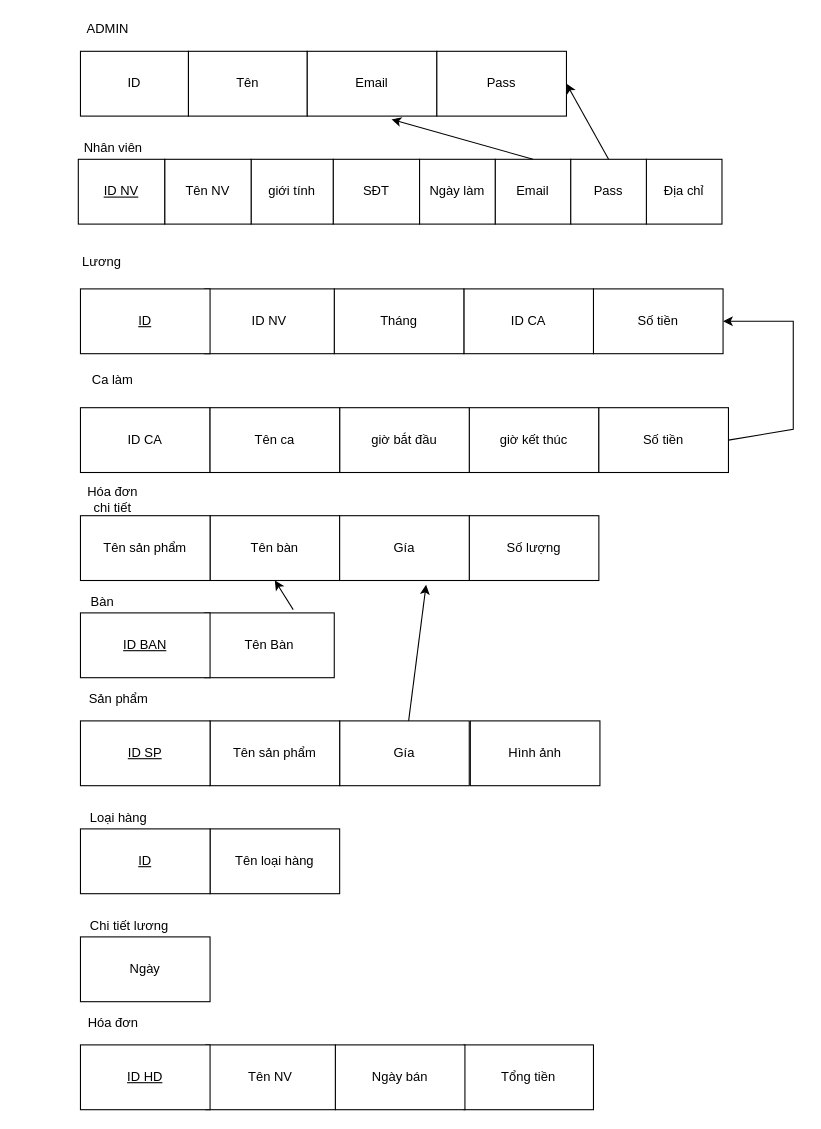
Before: biendoi.drawio in DungCR7/Database, a draw.io diagram. Source tidied: cells renumbered, new cells numbered last; positions are measured from the earlier drawing's top-left corner, leaving out a move shared by most shapes. Both pictures are drawn from the tidied source at 108%, with x=0, y=0 at pixel (69, 18).
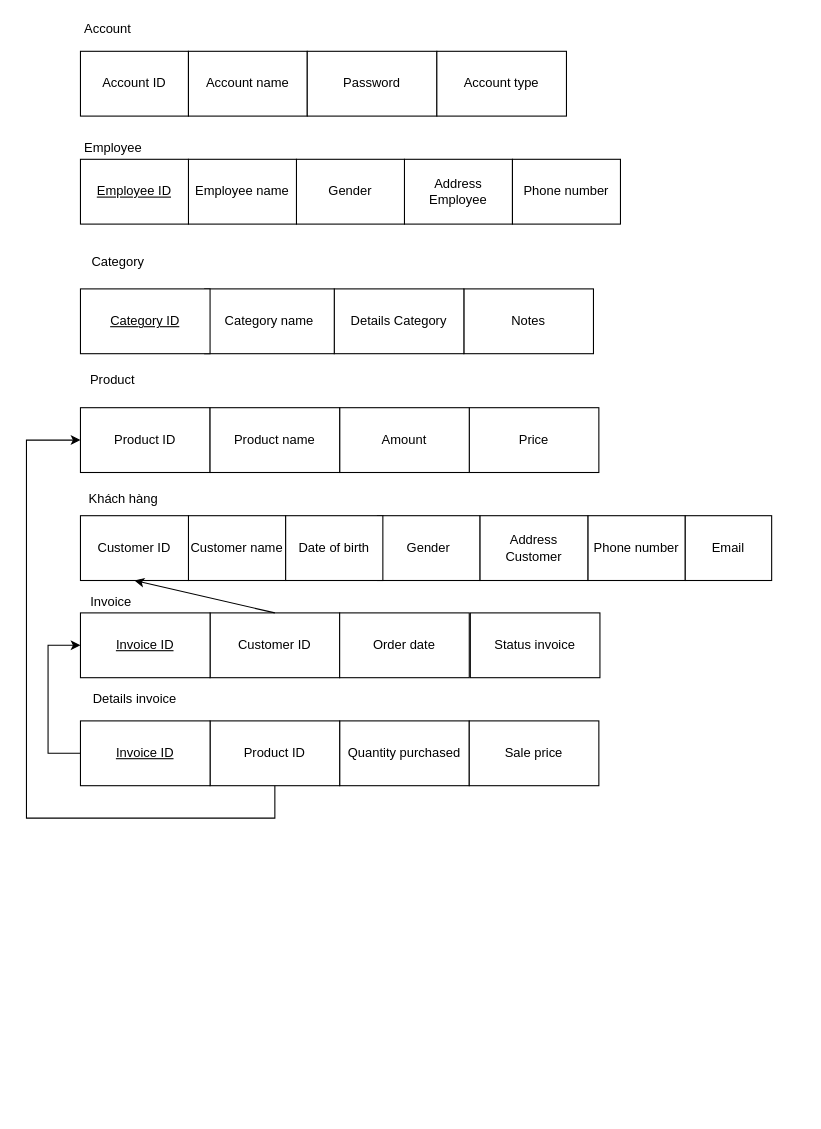
The same diagram, later.

The edit, as a diff of the source:
```diff
@@
-    <mxCell id="2" value="ADMIN" style="text;html=1;align=center;verticalAlign=middle;strokeColor=none;fillColor=none;" parent="1" vertex="1">
-      <mxGeometry x="10" width="50" height="20" as="geometry" />
+    <mxCell id="2" value="Account" style="text;html=1;align=center;verticalAlign=middle;strokeColor=none;fillColor=none;" parent="1" vertex="1">
+      <mxGeometry x="5" width="60" height="20" as="geometry" />
     </mxCell>
-    <mxCell id="3" value="ID" style="rounded=0;whiteSpace=wrap;html=1;" parent="1" vertex="1">
+    <mxCell id="3" value="Account ID" style="rounded=0;whiteSpace=wrap;html=1;" parent="1" vertex="1">
       <mxGeometry x="10" y="30" width="100" height="60" as="geometry" />
     </mxCell>
@@
-    <mxCell id="6" value="Tên" style="rounded=0;whiteSpace=wrap;html=1;" parent="1" vertex="1">
+    <mxCell id="6" value="Account name" style="rounded=0;whiteSpace=wrap;html=1;" parent="1" vertex="1">
       <mxGeometry x="110" y="30" width="110" height="60" as="geometry" />
     </mxCell>
-    <mxCell id="7" value="Email" style="rounded=0;whiteSpace=wrap;html=1;" parent="1" vertex="1">
+    <mxCell id="7" value="Password" style="rounded=0;whiteSpace=wrap;html=1;" parent="1" vertex="1">
       <mxGeometry x="220" y="30" width="120" height="60" as="geometry" />
     </mxCell>
-    <mxCell id="8" value="Pass" style="rounded=0;whiteSpace=wrap;html=1;" parent="1" vertex="1">
+    <mxCell id="8" value="Account type" style="rounded=0;whiteSpace=wrap;html=1;" parent="1" vertex="1">
       <mxGeometry x="340" y="30" width="120" height="60" as="geometry" />
     </mxCell>
-    <mxCell id="9" value="Lương" style="text;html=1;strokeColor=none;fillColor=none;align=center;verticalAlign=middle;whiteSpace=wrap;rounded=0;" parent="1" vertex="1">
-      <mxGeometry y="210" width="60" height="30" as="geometry" />
+    <mxCell id="9" value="Category" style="text;html=1;strokeColor=none;fillColor=none;align=center;verticalAlign=middle;whiteSpace=wrap;rounded=0;" parent="1" vertex="1">
+      <mxGeometry x="15" y="210" width="60" height="30" as="geometry" />
     </mxCell>
-    <mxCell id="10" value="Số tiền" style="rounded=0;whiteSpace=wrap;html=1;" parent="1" vertex="1">
-      <mxGeometry x="485" y="250" width="120" height="60" as="geometry" />
-    </mxCell>
-    <mxCell id="11" value="ID CA" style="rounded=0;whiteSpace=wrap;html=1;" parent="1" vertex="1">
+    <mxCell id="11" value="Notes" style="rounded=0;whiteSpace=wrap;html=1;" parent="1" vertex="1">
       <mxGeometry x="365" y="250" width="120" height="60" as="geometry" />
     </mxCell>
-    <mxCell id="12" value="Tháng" style="rounded=0;whiteSpace=wrap;html=1;" parent="1" vertex="1">
+    <mxCell id="12" value="Details Category" style="rounded=0;whiteSpace=wrap;html=1;" parent="1" vertex="1">
       <mxGeometry x="245" y="250" width="120" height="60" as="geometry" />
     </mxCell>
-    <mxCell id="13" value="ID NV" style="rounded=0;whiteSpace=wrap;html=1;" parent="1" vertex="1">
+    <mxCell id="13" value="Category name" style="rounded=0;whiteSpace=wrap;html=1;" parent="1" vertex="1">
       <mxGeometry x="125" y="250" width="120" height="60" as="geometry" />
     </mxCell>
-    <mxCell id="14" value="&lt;u&gt;ID&lt;/u&gt;" style="rounded=0;whiteSpace=wrap;html=1;" parent="1" vertex="1">
+    <mxCell id="14" value="&lt;u&gt;Category ID&lt;/u&gt;" style="rounded=0;whiteSpace=wrap;html=1;" parent="1" vertex="1">
       <mxGeometry x="10" y="250" width="120" height="60" as="geometry" />
     </mxCell>
-    <mxCell id="15" value="Nhân viên" style="text;html=1;align=center;verticalAlign=middle;strokeColor=none;fillColor=none;" parent="1" vertex="1">
+    <mxCell id="15" value="Employee" style="text;html=1;align=center;verticalAlign=middle;strokeColor=none;fillColor=none;" parent="1" vertex="1">
       <mxGeometry x="5" y="110" width="70" height="20" as="geometry" />
     </mxCell>
-    <mxCell id="16" value="SĐT" style="rounded=0;whiteSpace=wrap;html=1;" parent="1" vertex="1">
-      <mxGeometry x="244" y="130" width="80" height="60" as="geometry" />
+    <mxCell id="16" value="Address Employee" style="rounded=0;whiteSpace=wrap;html=1;" parent="1" vertex="1">
+      <mxGeometry x="310" y="130" width="100" height="60" as="geometry" />
     </mxCell>
-    <mxCell id="17" value="giới tính" style="rounded=0;whiteSpace=wrap;html=1;" parent="1" vertex="1">
-      <mxGeometry x="168" y="130" width="76" height="60" as="geometry" />
+    <mxCell id="17" value="Gender" style="rounded=0;whiteSpace=wrap;html=1;" parent="1" vertex="1">
+      <mxGeometry x="210" y="130" width="100" height="60" as="geometry" />
     </mxCell>
-    <mxCell id="18" value="Địa chỉ" style="rounded=0;whiteSpace=wrap;html=1;" parent="1" vertex="1">
-      <mxGeometry x="534" y="130" width="70" height="60" as="geometry" />
-    </mxCell>
-    <mxCell id="19" value="Email" style="rounded=0;whiteSpace=wrap;html=1;" parent="1" vertex="1">
-      <mxGeometry x="394" y="130" width="70" height="60" as="geometry" />
-    </mxCell>
-    <mxCell id="20" value="Pass" style="rounded=0;whiteSpace=wrap;html=1;" parent="1" vertex="1">
-      <mxGeometry x="464" y="130" width="70" height="60" as="geometry" />
-    </mxCell>
-    <mxCell id="21" value="Ngày làm" style="rounded=0;whiteSpace=wrap;html=1;" parent="1" vertex="1">
-      <mxGeometry x="324" y="130" width="70" height="60" as="geometry" />
+    <mxCell id="21" value="Phone number" style="rounded=0;whiteSpace=wrap;html=1;" parent="1" vertex="1">
+      <mxGeometry x="410" y="130" width="100" height="60" as="geometry" />
     </mxCell>
-    <mxCell id="22" value="Tên NV" style="rounded=0;whiteSpace=wrap;html=1;" parent="1" vertex="1">
-      <mxGeometry x="88" y="130" width="80" height="60" as="geometry" />
+    <mxCell id="22" value="Employee name" style="rounded=0;whiteSpace=wrap;html=1;" parent="1" vertex="1">
+      <mxGeometry x="110" y="130" width="100" height="60" as="geometry" />
     </mxCell>
-    <mxCell id="23" value="&lt;u&gt;ID NV&lt;/u&gt;" style="rounded=0;whiteSpace=wrap;html=1;" parent="1" vertex="1">
-      <mxGeometry x="8" y="130" width="80" height="60" as="geometry" />
+    <mxCell id="23" value="&lt;u&gt;Employee ID&lt;/u&gt;" style="rounded=0;whiteSpace=wrap;html=1;" parent="1" vertex="1">
+      <mxGeometry x="10" y="130" width="100" height="60" as="geometry" />
     </mxCell>
@@
-    <mxCell id="25" value="Hóa đơn" style="text;html=1;align=center;verticalAlign=middle;strokeColor=none;fillColor=none;" parent="1" vertex="1">
-      <mxGeometry x="10" y="920" width="60" height="20" as="geometry" />
-    </mxCell>
-    <mxCell id="26" value="Tổng tiền" style="rounded=0;whiteSpace=wrap;html=1;" parent="1" vertex="1">
-      <mxGeometry x="365" y="950" width="120" height="60" as="geometry" />
-    </mxCell>
-    <mxCell id="27" value="Ngày bán" style="rounded=0;whiteSpace=wrap;html=1;" parent="1" vertex="1">
-      <mxGeometry x="246" y="950" width="120" height="60" as="geometry" />
-    </mxCell>
-    <mxCell id="28" value="Tên NV" style="rounded=0;whiteSpace=wrap;html=1;" parent="1" vertex="1">
-      <mxGeometry x="126" y="950" width="120" height="60" as="geometry" />
-    </mxCell>
-    <mxCell id="29" value="&lt;u&gt;ID HD&lt;/u&gt;" style="rounded=0;whiteSpace=wrap;html=1;" parent="1" vertex="1">
-      <mxGeometry x="10" y="950" width="120" height="60" as="geometry" />
-    </mxCell>
-    <mxCell id="30" value="Hóa đơn chi tiết" style="text;html=1;strokeColor=none;fillColor=none;align=center;verticalAlign=middle;whiteSpace=wrap;rounded=0;" parent="1" vertex="1">
-      <mxGeometry x="10" y="430" width="60" height="30" as="geometry" />
+    <mxCell id="30" value="Khách hàng" style="text;html=1;strokeColor=none;fillColor=none;align=center;verticalAlign=middle;whiteSpace=wrap;rounded=0;" parent="1" vertex="1">
+      <mxGeometry x="10" y="430" width="80" height="30" as="geometry" />
     </mxCell>
-    <mxCell id="31" value="Tên bàn" style="rounded=0;whiteSpace=wrap;html=1;" parent="1" vertex="1">
-      <mxGeometry x="130" y="460" width="120" height="60" as="geometry" />
+    <mxCell id="31" value="Customer name" style="rounded=0;whiteSpace=wrap;html=1;" parent="1" vertex="1">
+      <mxGeometry x="110" y="460" width="90" height="60" as="geometry" />
     </mxCell>
-    <mxCell id="32" value="Số lượng" style="rounded=0;whiteSpace=wrap;html=1;" parent="1" vertex="1">
-      <mxGeometry x="370" y="460" width="120" height="60" as="geometry" />
+    <mxCell id="32" value="Gender" style="rounded=0;whiteSpace=wrap;html=1;" parent="1" vertex="1">
+      <mxGeometry x="285" y="460" width="95" height="60" as="geometry" />
     </mxCell>
-    <mxCell id="33" value="Gía" style="rounded=0;whiteSpace=wrap;html=1;" parent="1" vertex="1">
-      <mxGeometry x="250" y="460" width="120" height="60" as="geometry" />
+    <mxCell id="33" value="Date of birth" style="rounded=0;whiteSpace=wrap;html=1;" parent="1" vertex="1">
+      <mxGeometry x="200" y="460" width="90" height="60" as="geometry" />
     </mxCell>
-    <mxCell id="34" value="Tên sản phẩm" style="rounded=0;whiteSpace=wrap;html=1;" parent="1" vertex="1">
-      <mxGeometry x="10" y="460" width="120" height="60" as="geometry" />
+    <mxCell id="34" value="Customer ID" style="rounded=0;whiteSpace=wrap;html=1;" parent="1" vertex="1">
+      <mxGeometry x="10" y="460" width="100" height="60" as="geometry" />
     </mxCell>
-    <mxCell id="35" value="Bàn" style="text;html=1;align=center;verticalAlign=middle;strokeColor=none;fillColor=none;" parent="1" vertex="1">
-      <mxGeometry x="10" y="530" width="40" height="20" as="geometry" />
+    <mxCell id="35" value="Invoice" style="text;html=1;align=center;verticalAlign=middle;strokeColor=none;fillColor=none;" parent="1" vertex="1">
+      <mxGeometry x="13" y="530" width="50" height="20" as="geometry" />
     </mxCell>
-    <mxCell id="36" value="Tên Bàn" style="rounded=0;whiteSpace=wrap;html=1;" parent="1" vertex="1">
-      <mxGeometry x="125" y="550" width="120" height="60" as="geometry" />
+    <mxCell id="36" value="Customer ID" style="rounded=0;whiteSpace=wrap;html=1;" parent="1" vertex="1">
+      <mxGeometry x="130" y="550" width="120" height="60" as="geometry" />
     </mxCell>
-    <mxCell id="37" value="&lt;u&gt;ID BAN&lt;/u&gt;" style="rounded=0;whiteSpace=wrap;html=1;" parent="1" vertex="1">
+    <mxCell id="37" value="&lt;u&gt;Invoice ID&lt;/u&gt;" style="rounded=0;whiteSpace=wrap;html=1;" parent="1" vertex="1">
       <mxGeometry x="10" y="550" width="120" height="60" as="geometry" />
     </mxCell>
-    <mxCell id="38" value="Sản phẩm" style="text;html=1;align=center;verticalAlign=middle;strokeColor=none;fillColor=none;" parent="1" vertex="1">
-      <mxGeometry x="10" y="620" width="70" height="20" as="geometry" />
+    <mxCell id="38" value="Details invoice" style="text;html=1;align=center;verticalAlign=middle;strokeColor=none;fillColor=none;" parent="1" vertex="1">
+      <mxGeometry x="15" y="620" width="90" height="20" as="geometry" />
     </mxCell>
-    <mxCell id="39" value="Hình ảnh" style="rounded=0;whiteSpace=wrap;html=1;" parent="1" vertex="1">
-      <mxGeometry x="371" y="650" width="120" height="60" as="geometry" />
+    <mxCell id="39" value="Quantity purchased" style="rounded=0;whiteSpace=wrap;html=1;" parent="1" vertex="1">
+      <mxGeometry x="250" y="650" width="120" height="60" as="geometry" />
     </mxCell>
-    <mxCell id="40" value="Gía" style="rounded=0;whiteSpace=wrap;html=1;" parent="1" vertex="1">
-      <mxGeometry x="250" y="650" width="120" height="60" as="geometry" />
+    <mxCell id="40" value="Sale price" style="rounded=0;whiteSpace=wrap;html=1;" parent="1" vertex="1">
+      <mxGeometry x="370" y="650" width="120" height="60" as="geometry" />
     </mxCell>
-    <mxCell id="41" value="Tên sản phẩm" style="rounded=0;whiteSpace=wrap;html=1;" parent="1" vertex="1">
+    <mxCell id="41" value="Product ID" style="rounded=0;whiteSpace=wrap;html=1;" parent="1" vertex="1">
       <mxGeometry x="130" y="650" width="120" height="60" as="geometry" />
     </mxCell>
-    <mxCell id="42" value="&lt;u&gt;ID SP&lt;/u&gt;" style="rounded=0;whiteSpace=wrap;html=1;" parent="1" vertex="1">
+    <mxCell id="42" value="&lt;u&gt;Invoice ID&lt;/u&gt;" style="rounded=0;whiteSpace=wrap;html=1;" parent="1" vertex="1">
       <mxGeometry x="10" y="650" width="120" height="60" as="geometry" />
     </mxCell>
-    <mxCell id="43" value="Loại hàng" style="text;html=1;align=center;verticalAlign=middle;strokeColor=none;fillColor=none;" parent="1" vertex="1">
-      <mxGeometry x="10" y="730" width="70" height="20" as="geometry" />
-    </mxCell>
-    <mxCell id="44" value="Tên loại hàng" style="rounded=0;whiteSpace=wrap;html=1;" parent="1" vertex="1">
-      <mxGeometry x="130" y="750" width="120" height="60" as="geometry" />
-    </mxCell>
-    <mxCell id="45" value="&lt;u&gt;ID&lt;/u&gt;" style="rounded=0;whiteSpace=wrap;html=1;" parent="1" vertex="1">
-      <mxGeometry x="10" y="750" width="120" height="60" as="geometry" />
-    </mxCell>
-    <mxCell id="46" value="Chi tiết lương" style="text;html=1;align=center;verticalAlign=middle;strokeColor=none;fillColor=none;" parent="1" vertex="1">
-      <mxGeometry x="10" y="830" width="90" height="20" as="geometry" />
-    </mxCell>
-    <mxCell id="47" value="Ngày" style="rounded=0;whiteSpace=wrap;html=1;" parent="1" vertex="1">
-      <mxGeometry x="10" y="850" width="120" height="60" as="geometry" />
-    </mxCell>
-    <mxCell id="48" value="ID CA" style="rounded=0;whiteSpace=wrap;html=1;" parent="1" vertex="1">
+    <mxCell id="48" value="Product ID" style="rounded=0;whiteSpace=wrap;html=1;" parent="1" vertex="1">
       <mxGeometry x="10" y="360" width="120" height="60" as="geometry" />
     </mxCell>
-    <mxCell id="49" value="Ca làm" style="text;html=1;strokeColor=none;fillColor=none;align=center;verticalAlign=middle;whiteSpace=wrap;rounded=0;" parent="1" vertex="1">
+    <mxCell id="49" value="Product" style="text;html=1;strokeColor=none;fillColor=none;align=center;verticalAlign=middle;whiteSpace=wrap;rounded=0;" parent="1" vertex="1">
       <mxGeometry x="10" y="320" width="60" height="30" as="geometry" />
     </mxCell>
-    <mxCell id="50" value="giờ kết thúc" style="rounded=0;whiteSpace=wrap;html=1;" parent="1" vertex="1">
+    <mxCell id="50" value="Price" style="rounded=0;whiteSpace=wrap;html=1;" parent="1" vertex="1">
       <mxGeometry x="370" y="360" width="120" height="60" as="geometry" />
     </mxCell>
-    <mxCell id="51" value="giờ bắt đầu" style="rounded=0;whiteSpace=wrap;html=1;" parent="1" vertex="1">
+    <mxCell id="51" value="Amount" style="rounded=0;whiteSpace=wrap;html=1;" parent="1" vertex="1">
       <mxGeometry x="250" y="360" width="120" height="60" as="geometry" />
     </mxCell>
-    <mxCell id="52" value="Tên ca" style="rounded=0;whiteSpace=wrap;html=1;" parent="1" vertex="1">
+    <mxCell id="52" value="Product name" style="rounded=0;whiteSpace=wrap;html=1;" parent="1" vertex="1">
       <mxGeometry x="130" y="360" width="120" height="60" as="geometry" />
     </mxCell>
-    <mxCell id="53" value="Số tiền" style="rounded=0;whiteSpace=wrap;html=1;" parent="1" vertex="1">
-      <mxGeometry x="490" y="360" width="120" height="60" as="geometry" />
-    </mxCell>
-    <mxCell id="54" style="endArrow=classic;html=1;rounded=0;exitX=0.683;exitY=-0.05;exitDx=0;exitDy=0;exitPerimeter=0;entryX=0.5;entryY=1;entryDx=0;entryDy=0;" parent="1" edge="1" source="36" target="31">
-      <mxGeometry relative="1" as="geometry" />
+    <mxCell id="54" style="endArrow=classic;html=1;rounded=0;exitX=0.5;exitY=1;exitDx=0;exitDy=0;entryX=0;entryY=0.5;entryDx=0;entryDy=0;" parent="1" edge="1" source="41" target="48">
+      <mxGeometry relative="1" as="geometry">
+        <Array as="points">
+          <mxPoint x="190" y="740" />
+          <mxPoint x="-40" y="740" />
+          <mxPoint x="-40" y="390" />
+        </Array>
+      </mxGeometry>
     </mxCell>
-    <mxCell id="55" style="endArrow=classic;html=1;rounded=0;entryX=0.667;entryY=1.067;entryDx=0;entryDy=0;entryPerimeter=0;" parent="1" edge="1" source="40" target="33">
-      <mxGeometry relative="1" as="geometry" />
-    </mxCell>
-    <mxCell id="56" style="endArrow=classic;html=1;rounded=0;entryX=1;entryY=0.5;entryDx=0;entryDy=0;exitX=1;exitY=0.5;exitDx=0;exitDy=0;" parent="1" edge="1" source="53" target="10">
-      <mxGeometry relative="1" as="geometry">
-        <Array as="points">
-          <mxPoint x="670" y="380" />
-          <mxPoint x="670" y="280" />
-        </Array>
-      </mxGeometry>
-    </mxCell>
-    <mxCell id="57" style="endArrow=classic;html=1;rounded=0;exitX=0.5;exitY=0;exitDx=0;exitDy=0;entryX=1;entryY=0.5;entryDx=0;entryDy=0;" parent="1" edge="1" source="20" target="8">
+    <mxCell id="57" style="endArrow=classic;html=1;rounded=0;exitX=0.5;exitY=0;exitDx=0;exitDy=0;entryX=0.5;entryY=1;entryDx=0;entryDy=0;" parent="1" edge="1" source="36" target="34">
       <mxGeometry relative="1" as="geometry" />
     </mxCell>
-    <mxCell id="58" style="endArrow=classic;html=1;rounded=0;entryX=0.65;entryY=1.05;entryDx=0;entryDy=0;entryPerimeter=0;exitX=0.5;exitY=0;exitDx=0;exitDy=0;" parent="1" edge="1" source="19" target="7">
-      <mxGeometry relative="1" as="geometry" />
-    </mxCell>
+    <mxCell id="59" value="Address Customer" style="rounded=0;whiteSpace=wrap;html=1;" parent="1" vertex="1">
+      <mxGeometry x="380" y="460" width="100" height="60" as="geometry" />
+    </mxCell>
+    <mxCell id="60" value="Phone number" style="rounded=0;whiteSpace=wrap;html=1;" parent="1" vertex="1">
+      <mxGeometry x="480" y="460" width="90" height="60" as="geometry" />
+    </mxCell>
+    <mxCell id="19" value="Email" style="rounded=0;whiteSpace=wrap;html=1;" parent="1" vertex="1">
+      <mxGeometry x="570" y="460" width="80" height="60" as="geometry" />
+    </mxCell>
+    <mxCell id="61" value="Order date" style="rounded=0;whiteSpace=wrap;html=1;" parent="1" vertex="1">
+      <mxGeometry x="250" y="550" width="120" height="60" as="geometry" />
+    </mxCell>
+    <mxCell id="62" value="Status invoice" style="rounded=0;whiteSpace=wrap;html=1;" parent="1" vertex="1">
+      <mxGeometry x="371" y="550" width="120" height="60" as="geometry" />
+    </mxCell>
+    <mxCell id="63" style="endArrow=classic;html=1;rounded=0;entryX=0;entryY=0.5;entryDx=0;entryDy=0;exitX=0;exitY=0.5;exitDx=0;exitDy=0;" parent="1" edge="1" source="42" target="37">
+      <mxGeometry relative="1" as="geometry">
+        <Array as="points">
+          <mxPoint x="-20" y="680" />
+          <mxPoint x="-20" y="580" />
+        </Array>
+      </mxGeometry>
+    </mxCell>
```
